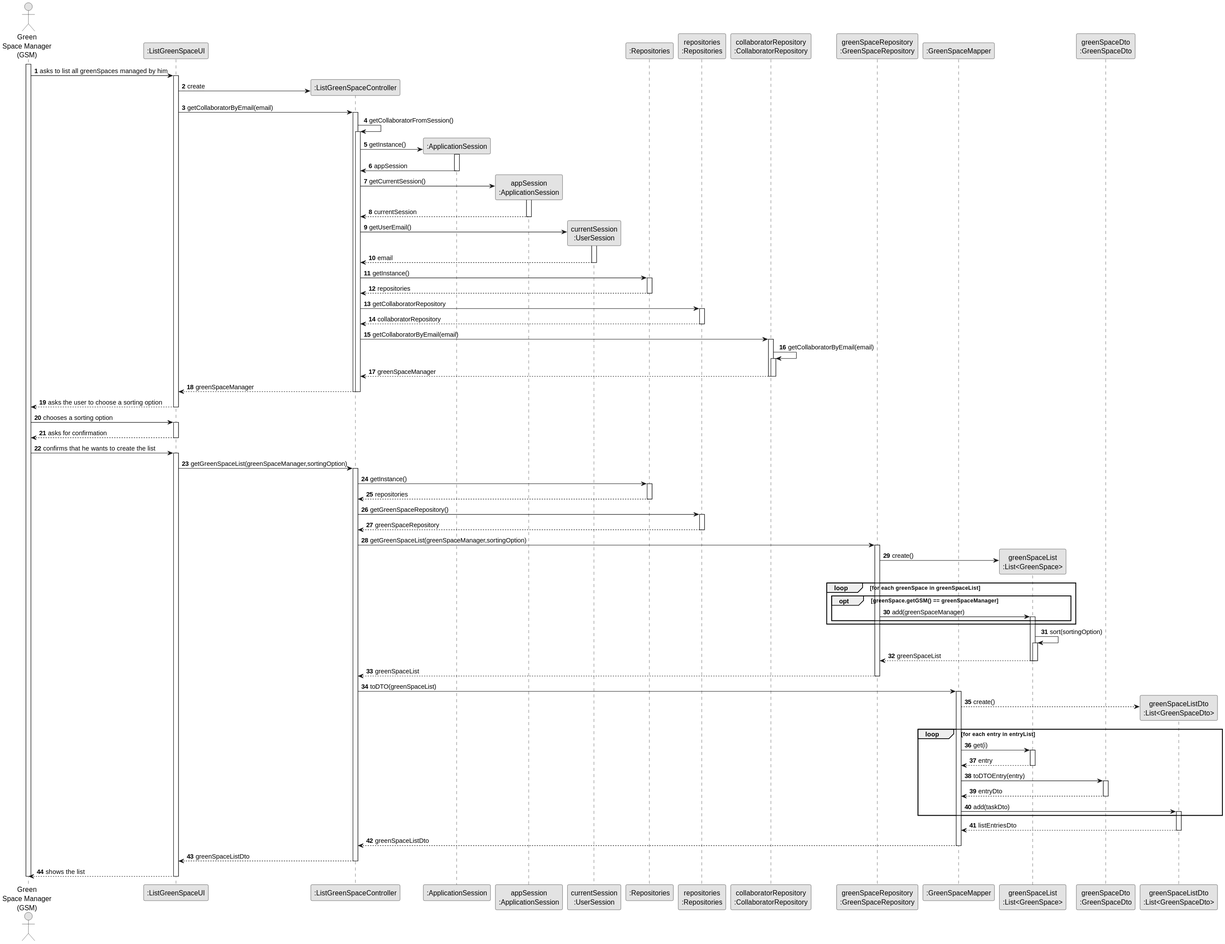
Before: docs/sprintC/us027/03.design/svg/us027-sequence-diagram-full.svg, a diagram exported from PlantUML (diogoveirospro/lei-24-s2-1dg-g072).
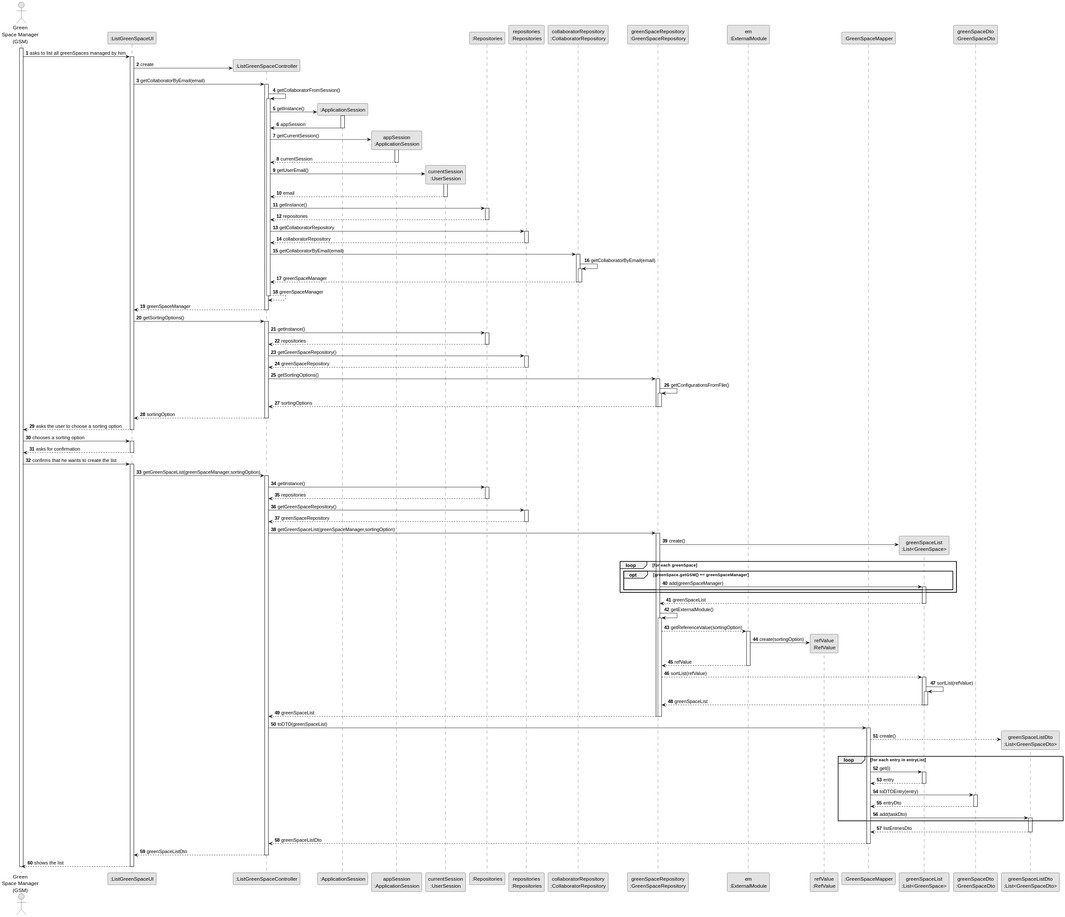
After the change.

The edit, as a diff of the source:
```diff
@@ -15,6 +15,8 @@
 participant "repositories\n:Repositories" as REP
 participant "collaboratorRepository\n:CollaboratorRepository" as collaboratorRepository
 participant "greenSpaceRepository\n:GreenSpaceRepository" as greenSpaceRepository
+participant "em\n:ExternalModule" as EM
+participant "refValue\n:RefValue" as RefValue
 participant ":GreenSpaceMapper" as Mapper
 participant "greenSpaceList\n:List<GreenSpace>" as greenSpaceList
 participant "greenSpaceDto\n:GreenSpaceDto" as DTO
@@ -68,14 +70,45 @@
                             activate collaboratorRepository
 
                             collaboratorRepository --> CTRL : greenSpaceManager
+                                deactivate collaboratorRepository
 
                                 deactivate collaboratorRepository
+                            CTRL --> CTRL : greenSpaceManager
+                                deactivate CTRL
 
-                            deactivate collaboratorRepository
+
+
                         CTRL --> UI : greenSpaceManager
                         deactivate CTRL
 
+                    UI -> CTRL : getSortingOptions()
+                        activate CTRL
+
+                            CTRL -> RepositorySingleton: getInstance()
+                            activate RepositorySingleton
+
+                                RepositorySingleton --> CTRL : repositories
+                            deactivate RepositorySingleton
+
+                            CTRL -> REP : getGreenSpaceRepository()
+                            activate REP
+
+                                REP --> CTRL: greenSpaceRepository
+                            deactivate REP
+
+                            CTRL -> greenSpaceRepository : getSortingOptions()
+                            activate greenSpaceRepository
+                                greenSpaceRepository -> greenSpaceRepository : getConfigurationsFromFile()
+                                activate greenSpaceRepository
+
+                                greenSpaceRepository --> CTRL: sortingOptions
+                                deactivate greenSpaceRepository
+
+                            deactivate greenSpaceRepository
+                            CTRL --> UI : sortingOption
                         deactivate CTRL
+
+
             UI --> GSM : asks the user to choose a sorting option
         deactivate UI
 
@@ -108,7 +141,7 @@
                 activate greenSpaceRepository
 
                         greenSpaceRepository -> greenSpaceList**: create()
-                        loop for each greenSpace in greenSpaceList
+                        loop for each greenSpace
 opt greenSpace.getGSM() == greenSpaceManager
                             greenSpaceRepository -> greenSpaceList : add(greenSpaceManager)
                                 activate greenSpaceList
@@ -120,17 +153,38 @@
                                         end
 
                                         end
-                                        greenSpaceList -> greenSpaceList : sort(sortingOption)
-                                        activate greenSpaceList
+
 
                                                 greenSpaceList --> greenSpaceRepository: greenSpaceList
 
-                                        deactivate greenSpaceList
 
                                 deactivate greenSpaceList
 
+
+                                    greenSpaceRepository -> greenSpaceRepository : getExternalModule()
+
+                                    activate greenSpaceRepository
+
+                                        greenSpaceRepository --> EM : getReferenceValue(sortingOption)
+                                        activate EM
+
+                                                EM -> RefValue** : create(sortingOption)
+                                        EM --> greenSpaceRepository : refValue
+                                        deactivate EM
+
+                                        greenSpaceRepository --> greenSpaceList : sortList(refValue)
+                                        activate greenSpaceList
+                                                greenSpaceList -> greenSpaceList : sortList(refValue)
+                                                activate greenSpaceList
+
+                                                    greenSpaceList --> greenSpaceRepository : greenSpaceList
+                                                deactivate greenSpaceList
+
+                                        deactivate greenSpaceList
+
                         greenSpaceRepository --> CTRL : greenSpaceList
 
+                        deactivate greenSpaceRepository
 
                 deactivate greenSpaceRepository
 
```
